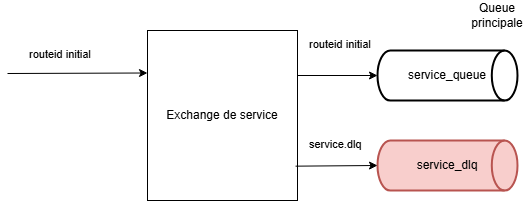
Above: drawio/pattern_rabbit_basic.png in sarraz1/csau (draw.io), before the change. Source tidied: cells renumbered, new cells last; positions are measured from the earlier drawing's top-left corner, leaving out a move shared by most shapes.
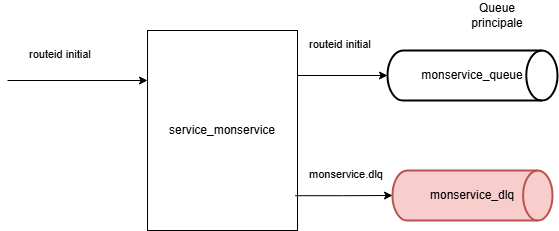
After the change.

Commit message:
Mettre à jour pattern_rabbit_basic.png

Diff of the diagram source:
```diff
@@ -2,41 +2,41 @@
   <root>
     <mxCell id="0" />
     <mxCell id="1" parent="0" />
-    <mxCell id="2" value="service_que&lt;span style=&quot;background-color: transparent; color: light-dark(rgb(0, 0, 0), rgb(255, 255, 255));&quot;&gt;ue&lt;/span&gt;" style="strokeWidth=2;html=1;shape=mxgraph.flowchart.direct_data;whiteSpace=wrap;" parent="1" vertex="1">
-      <mxGeometry x="370" y="50" width="140" height="50" as="geometry" />
+    <mxCell id="2" value="monservice_que&lt;span style=&quot;background-color: transparent; color: light-dark(rgb(0, 0, 0), rgb(255, 255, 255));&quot;&gt;ue&lt;/span&gt;" style="strokeWidth=2;html=1;shape=mxgraph.flowchart.direct_data;whiteSpace=wrap;" parent="1" vertex="1">
+      <mxGeometry x="380" y="50" width="170" height="50" as="geometry" />
     </mxCell>
     <mxCell id="3" value="Queue principale" style="text;html=1;align=center;verticalAlign=middle;whiteSpace=wrap;rounded=0;" parent="1" vertex="1">
       <mxGeometry x="460" width="60" height="30" as="geometry" />
     </mxCell>
-    <mxCell id="4" value="service_dlq" style="strokeWidth=2;html=1;shape=mxgraph.flowchart.direct_data;whiteSpace=wrap;fillColor=#f8cecc;strokeColor=#b85450;" parent="1" vertex="1">
-      <mxGeometry x="370" y="140" width="140" height="50" as="geometry" />
+    <mxCell id="4" value="monservice_dlq" style="strokeWidth=2;html=1;shape=mxgraph.flowchart.direct_data;whiteSpace=wrap;fillColor=#f8cecc;strokeColor=#b85450;" parent="1" vertex="1">
+      <mxGeometry x="385" y="170" width="160" height="50" as="geometry" />
     </mxCell>
-    <mxCell id="5" value="Exchange de service" style="rounded=0;whiteSpace=wrap;html=1;" parent="1" vertex="1">
-      <mxGeometry x="140" y="30" width="150" height="170" as="geometry" />
+    <mxCell id="5" value="service_monservice" style="rounded=0;whiteSpace=wrap;html=1;" parent="1" vertex="1">
+      <mxGeometry x="140" y="30" width="150" height="200" as="geometry" />
     </mxCell>
     <mxCell id="6" value="&lt;span style=&quot;color: rgb(0, 0, 0); font-family: Helvetica; font-size: 11px; font-style: normal; font-variant-ligatures: normal; font-variant-caps: normal; font-weight: 400; letter-spacing: normal; orphans: 2; text-align: center; text-indent: 0px; text-transform: none; widows: 2; word-spacing: 0px; -webkit-text-stroke-width: 0px; white-space: nowrap; background-color: rgb(255, 255, 255); text-decoration-thickness: initial; text-decoration-style: initial; text-decoration-color: initial; display: inline !important; float: none;&quot;&gt;routeid initial&lt;/span&gt;" style="text;whiteSpace=wrap;html=1;" parent="1" vertex="1">
       <mxGeometry x="20" y="40" width="100" height="40" as="geometry" />
     </mxCell>
     <mxCell id="7" style="endArrow=classic;html=1;rounded=0;entryX=0;entryY=0.25;entryDx=0;entryDy=0;" parent="1" edge="1" target="5">
       <mxGeometry relative="1" as="geometry">
-        <mxPoint y="73" as="sourcePoint" />
+        <mxPoint y="80" as="sourcePoint" />
       </mxGeometry>
     </mxCell>
     <mxCell id="8" value="&lt;span style=&quot;color: rgb(0, 0, 0); font-family: Helvetica; font-size: 11px; font-style: normal; font-variant-ligatures: normal; font-variant-caps: normal; font-weight: 400; letter-spacing: normal; orphans: 2; text-align: center; text-indent: 0px; text-transform: none; widows: 2; word-spacing: 0px; -webkit-text-stroke-width: 0px; white-space: nowrap; background-color: rgb(255, 255, 255); text-decoration-thickness: initial; text-decoration-style: initial; text-decoration-color: initial; display: inline !important; float: none;&quot;&gt;routeid initial&lt;/span&gt;" style="text;whiteSpace=wrap;html=1;" parent="1" vertex="1">
       <mxGeometry x="300" y="30" width="100" height="40" as="geometry" />
     </mxCell>
-    <mxCell id="9" value="&lt;span style=&quot;color: rgb(0, 0, 0); font-family: Helvetica; font-size: 11px; font-style: normal; font-variant-ligatures: normal; font-variant-caps: normal; font-weight: 400; letter-spacing: normal; orphans: 2; text-align: center; text-indent: 0px; text-transform: none; widows: 2; word-spacing: 0px; -webkit-text-stroke-width: 0px; white-space: nowrap; background-color: rgb(255, 255, 255); text-decoration-thickness: initial; text-decoration-style: initial; text-decoration-color: initial; float: none; display: inline !important;&quot;&gt;service.dlq&lt;/span&gt;" style="text;whiteSpace=wrap;html=1;" parent="1" vertex="1">
-      <mxGeometry x="300" y="130" width="70" height="30" as="geometry" />
+    <mxCell id="9" value="&lt;span style=&quot;color: rgb(0, 0, 0); font-family: Helvetica; font-size: 11px; font-style: normal; font-variant-ligatures: normal; font-variant-caps: normal; font-weight: 400; letter-spacing: normal; orphans: 2; text-align: center; text-indent: 0px; text-transform: none; widows: 2; word-spacing: 0px; -webkit-text-stroke-width: 0px; white-space: nowrap; background-color: rgb(255, 255, 255); text-decoration-thickness: initial; text-decoration-style: initial; text-decoration-color: initial; float: none; display: inline !important;&quot;&gt;monservice.dlq&lt;/span&gt;" style="text;whiteSpace=wrap;html=1;" parent="1" vertex="1">
+      <mxGeometry x="300" y="160" width="70" height="30" as="geometry" />
     </mxCell>
+    <mxCell id="11" style="edgeStyle=orthogonalEdgeStyle;rounded=0;jettySize=auto;html=1;entryX=0;entryY=0.5;entryDx=0;entryDy=0;entryPerimeter=0;exitX=1;exitY=0.25;exitDx=0;exitDy=0;" parent="1" edge="1" source="5" target="2">
+      <mxGeometry relative="1" as="geometry">
+        <Array as="points">
+          <mxPoint x="290" y="75" />
+        </Array>
+      </mxGeometry>
+    </mxCell>
-    <mxCell id="10" style="endArrow=classic;html=1;rounded=0;exitX=0.987;exitY=0.798;exitDx=0;exitDy=0;exitPerimeter=0;entryX=0;entryY=0.5;entryDx=0;entryDy=0;entryPerimeter=0;" parent="1" edge="1" source="5" target="4">
+    <mxCell id="10" style="edgeStyle=orthogonalEdgeStyle;rounded=0;jettySize=auto;html=1;entryX=0;entryY=0.5;entryDx=0;entryDy=0;entryPerimeter=0;exitX=0.984;exitY=0.826;exitDx=0;exitDy=0;exitPerimeter=0;" parent="1" edge="1" source="5" target="4">
       <mxGeometry relative="1" as="geometry" />
     </mxCell>
-    <mxCell id="11" style="edgeStyle=orthogonalEdgeStyle;rounded=0;jettySize=auto;html=1;entryX=0;entryY=0.5;entryDx=0;entryDy=0;entryPerimeter=0;exitX=1;exitY=0.25;exitDx=0;exitDy=0;" parent="1" edge="1" source="5" target="2">
-      <mxGeometry relative="1" as="geometry">
-        <Array as="points">
-          <mxPoint x="290" y="75" />
-        </Array>
-      </mxGeometry>
-    </mxCell>
   </root>
 </mxGraphModel>
```
